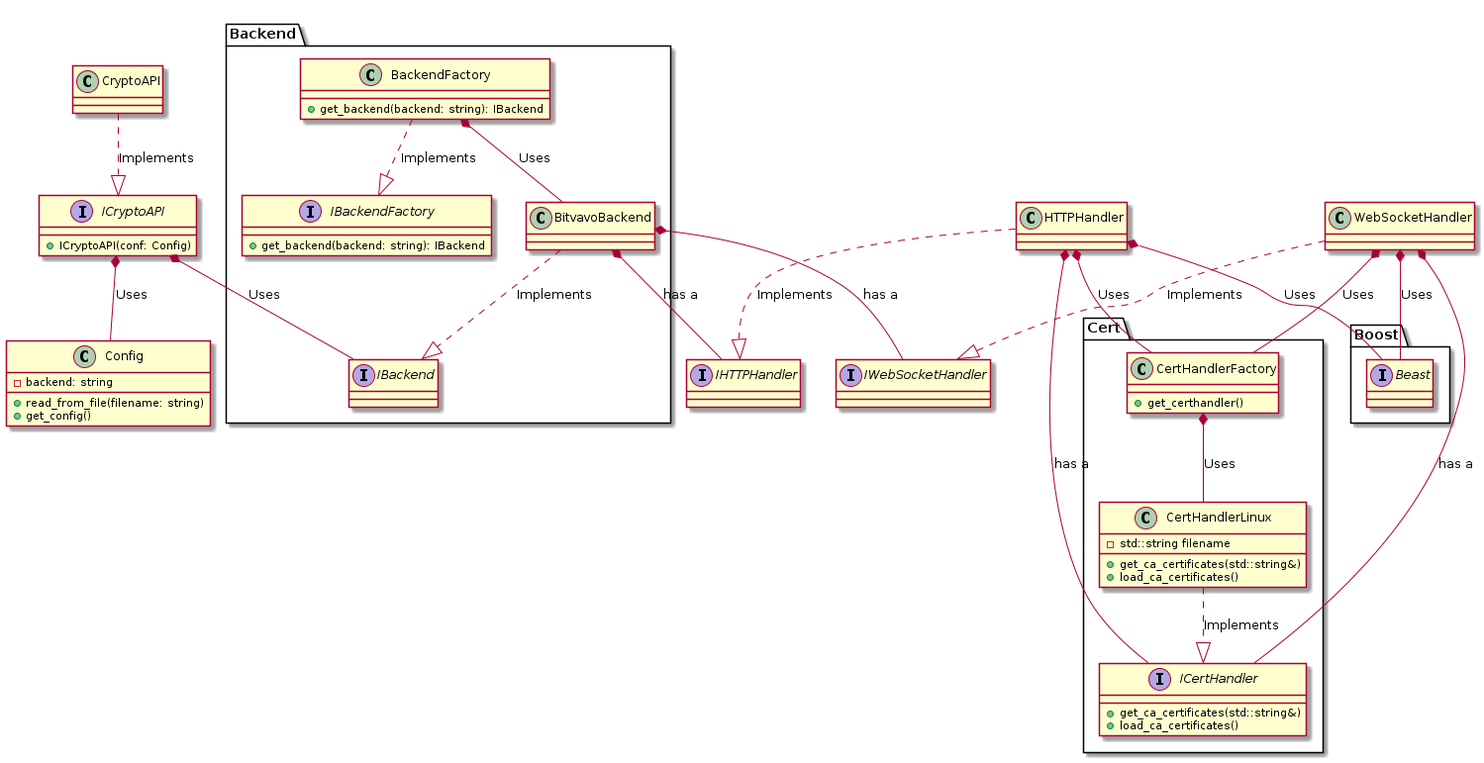
jochemste/crypto_api_lib keeps this PlantUML diagram as docs/images/classdiagram.png. Above is the earlier version.
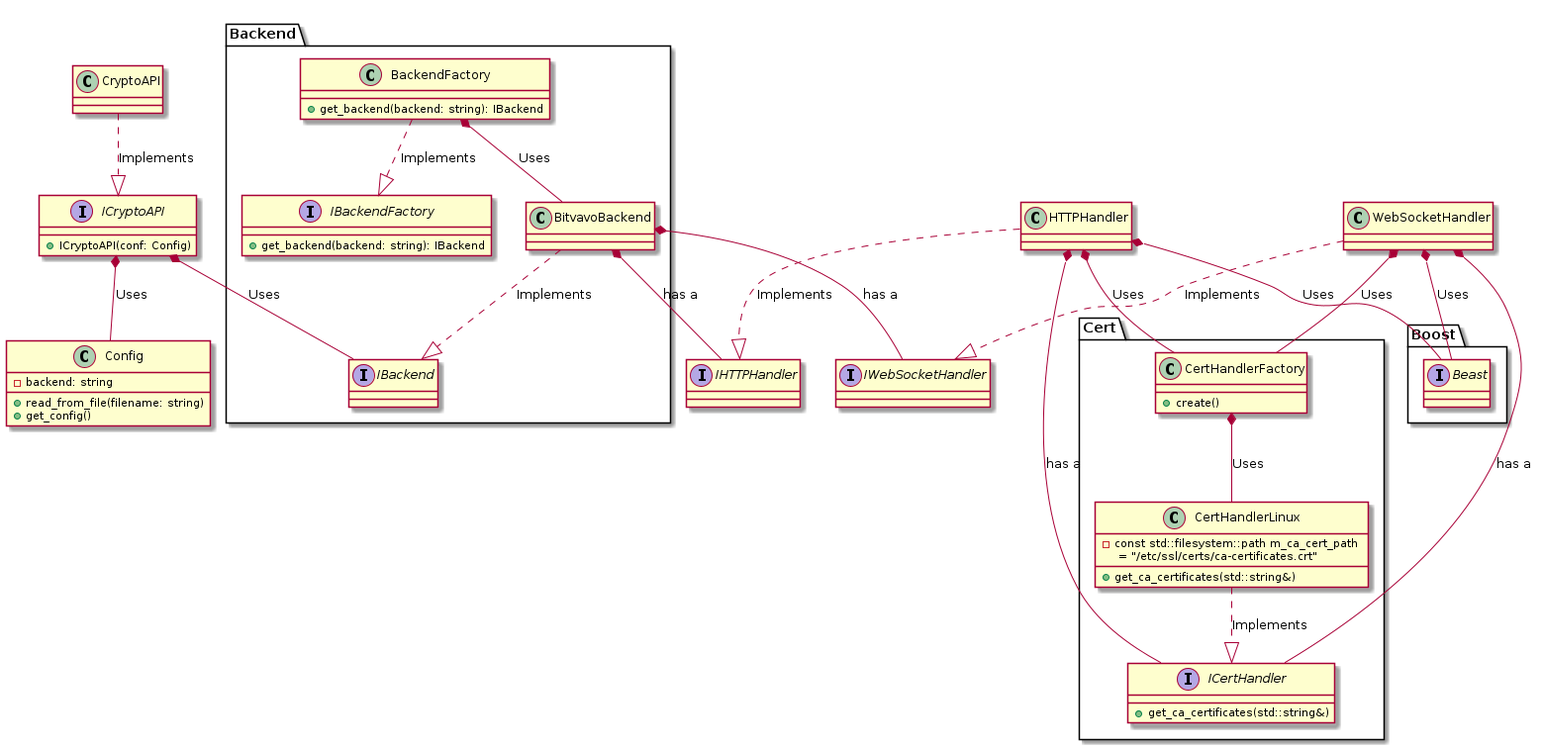
The same diagram one commit later.

The edit, as a diff of the source:
```diff
@@ -62,17 +62,15 @@
 
         interface ICertHandler {
                 + get_ca_certificates(std::string&)
-                + load_ca_certificates()
         }
 
         class CertHandlerLinux {
                 + get_ca_certificates(std::string&)
-                + load_ca_certificates()
-                - std::string filename
+                - const std::filesystem::path m_ca_cert_path \n = "/etc/ssl/certs/ca-certificates.crt"
         }
 
         class CertHandlerFactory {
-                + get_certhandler()
+                + create()
         }
 
         CertHandlerLinux ..|> ICertHandler: Implements
```
